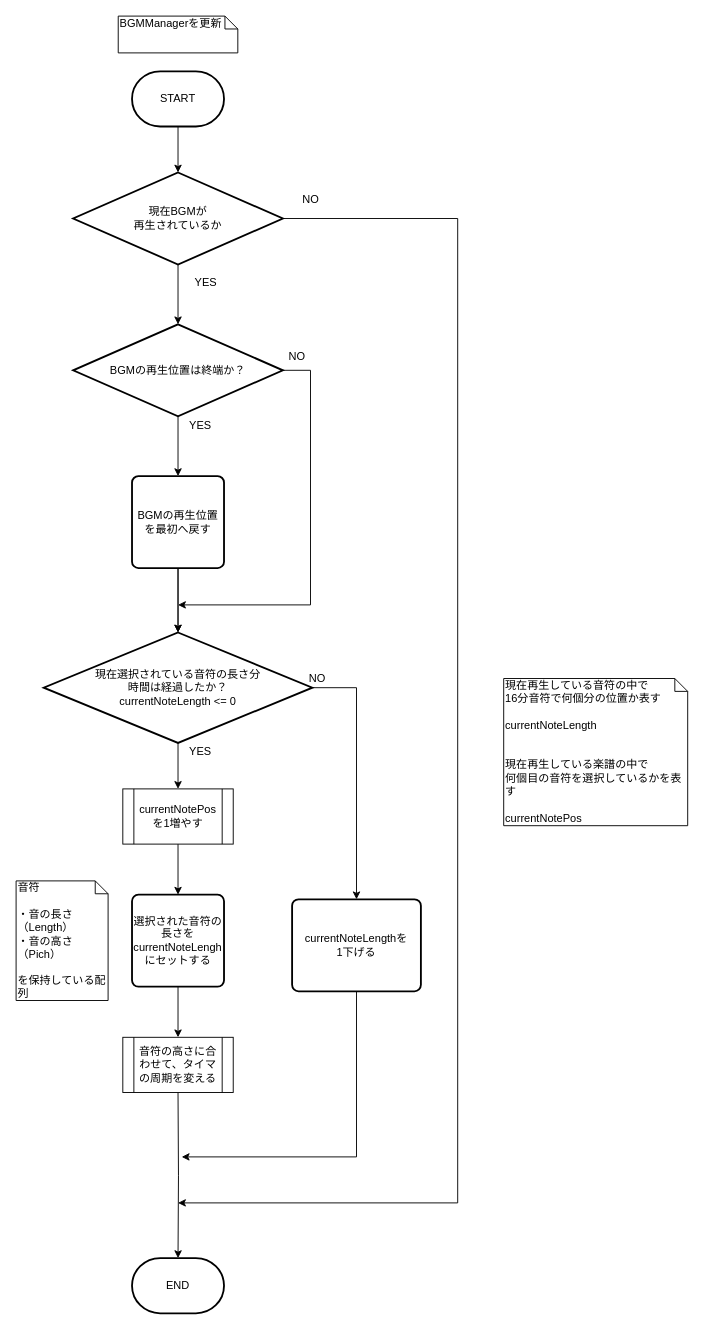
This is page "BGMManagerを更新" (3 of 5) of 資料/設計書/フローチャート/モグラ叩き_Buzzer.drawio from hakohumi/comp.train.whack-a-mole, a draw.io file, before an edit. Source tidied: cells renumbered, new cells numbered last; positions are measured from the earlier drawing's top-left corner, leaving out a move shared by most shapes. Both pictures are drawn from the tidied source at 92%, with x=0, y=0 at pixel (16, 16).
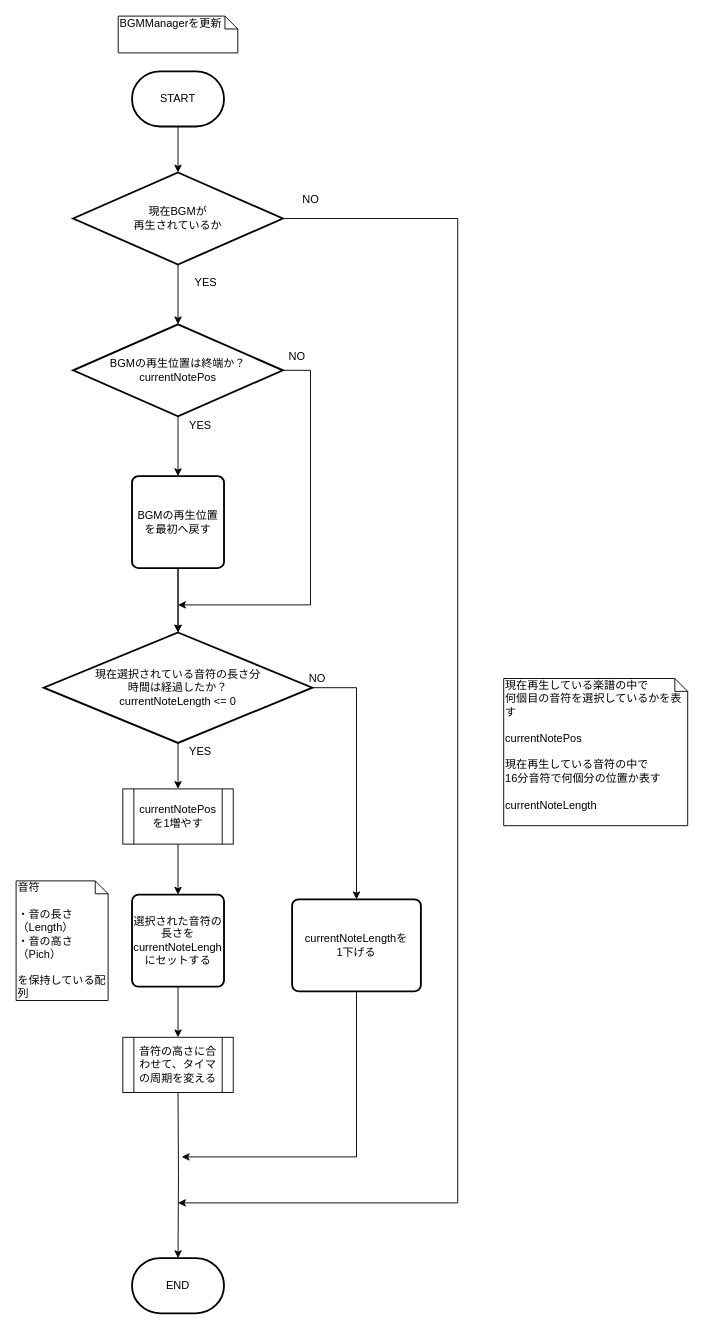
After the change.

The edit, as a diff of the source:
```diff
@@
-    <mxCell id="10" value="BGMの再生位置は終端か？" style="strokeWidth=2;html=1;shape=mxgraph.flowchart.decision;whiteSpace=wrap;" parent="1" vertex="1">
+    <mxCell id="10" value="BGMの再生位置は終端か？&lt;br&gt;currentNotePos" style="strokeWidth=2;html=1;shape=mxgraph.flowchart.decision;whiteSpace=wrap;" parent="1" vertex="1">
       <mxGeometry x="62" y="335" width="228" height="100" as="geometry" />
     </mxCell>
@@
-    <mxCell id="32" value="&lt;span style=&quot;text-align: center&quot;&gt;現在再生している音符の中で&lt;br&gt;16分音符で何個分の位置か表す&lt;br&gt;&lt;br&gt;currentNoteLength&lt;br&gt;&lt;br&gt;&lt;br&gt;現在再生している楽譜の中で&lt;br&gt;何個目の音符を選択しているかを表す&lt;br&gt;&lt;br&gt;currentNotePos&lt;br&gt;&lt;br&gt;&lt;/span&gt;" style="shape=note;whiteSpace=wrap;html=1;size=14;verticalAlign=top;align=left;spacingTop=-6;" parent="1" vertex="1">
+    <mxCell id="32" value="&lt;span style=&quot;text-align: center&quot;&gt;現在再生している楽譜の中で&lt;/span&gt;&lt;br style=&quot;text-align: center&quot;&gt;&lt;span style=&quot;text-align: center&quot;&gt;何個目の音符を選択しているかを表す&lt;/span&gt;&lt;br style=&quot;text-align: center&quot;&gt;&lt;br style=&quot;text-align: center&quot;&gt;&lt;span style=&quot;text-align: center&quot;&gt;currentNotePos&lt;/span&gt;&lt;br style=&quot;text-align: center&quot;&gt;&lt;span style=&quot;text-align: center&quot;&gt;&lt;br&gt;現在再生している音符の中で&lt;br&gt;16分音符で何個分の位置か表す&lt;br&gt;&lt;br&gt;currentNoteLength&lt;br&gt;&lt;/span&gt;" style="shape=note;whiteSpace=wrap;html=1;size=14;verticalAlign=top;align=left;spacingTop=-6;" parent="1" vertex="1">
       <mxGeometry x="530" y="720" width="200" height="160" as="geometry" />
     </mxCell>
```
